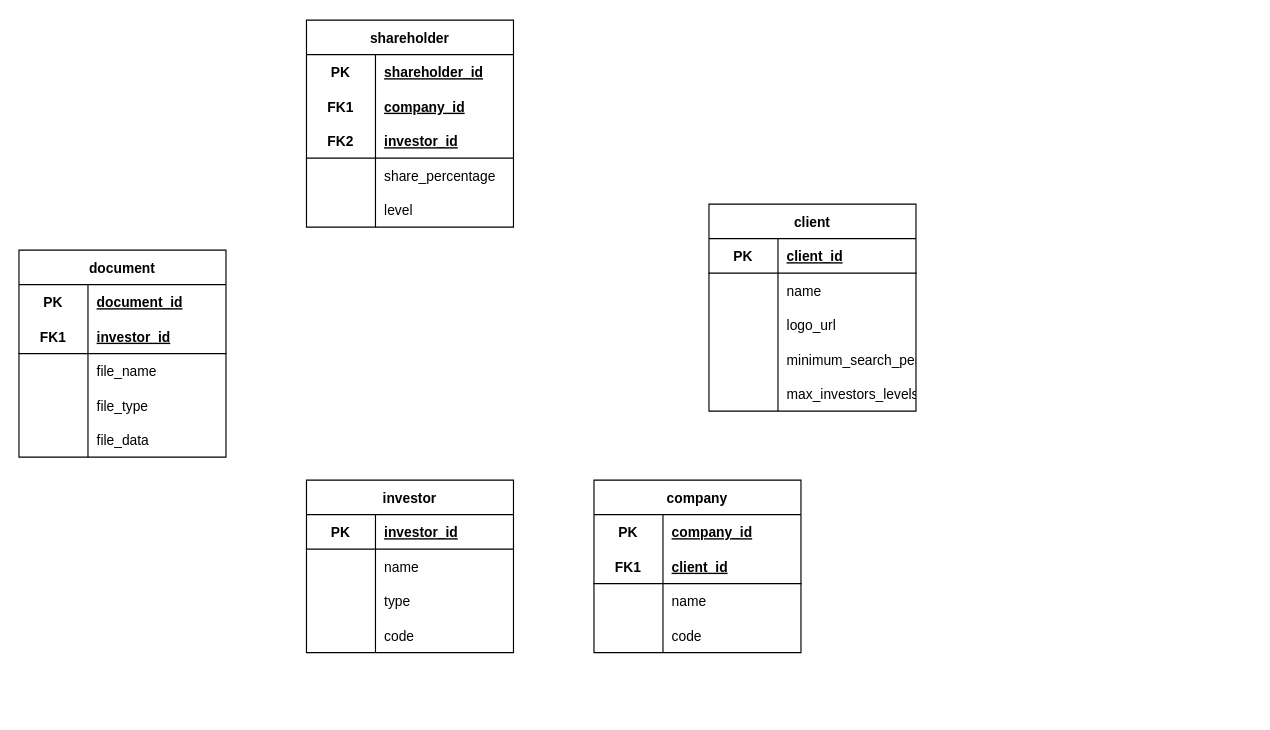
The draw.io diagram page "ERD" (1 of 2) of .documents/diagrams.drawio in Ilchampo/trebol-back, before the edit. Source tidied: cells renumbered, new cells numbered last; positions are measured from the earlier drawing's top-left corner, leaving out a move shared by most shapes. Both pictures are drawn from the tidied source at 115%, with x=0, y=0 at pixel (18, 20).
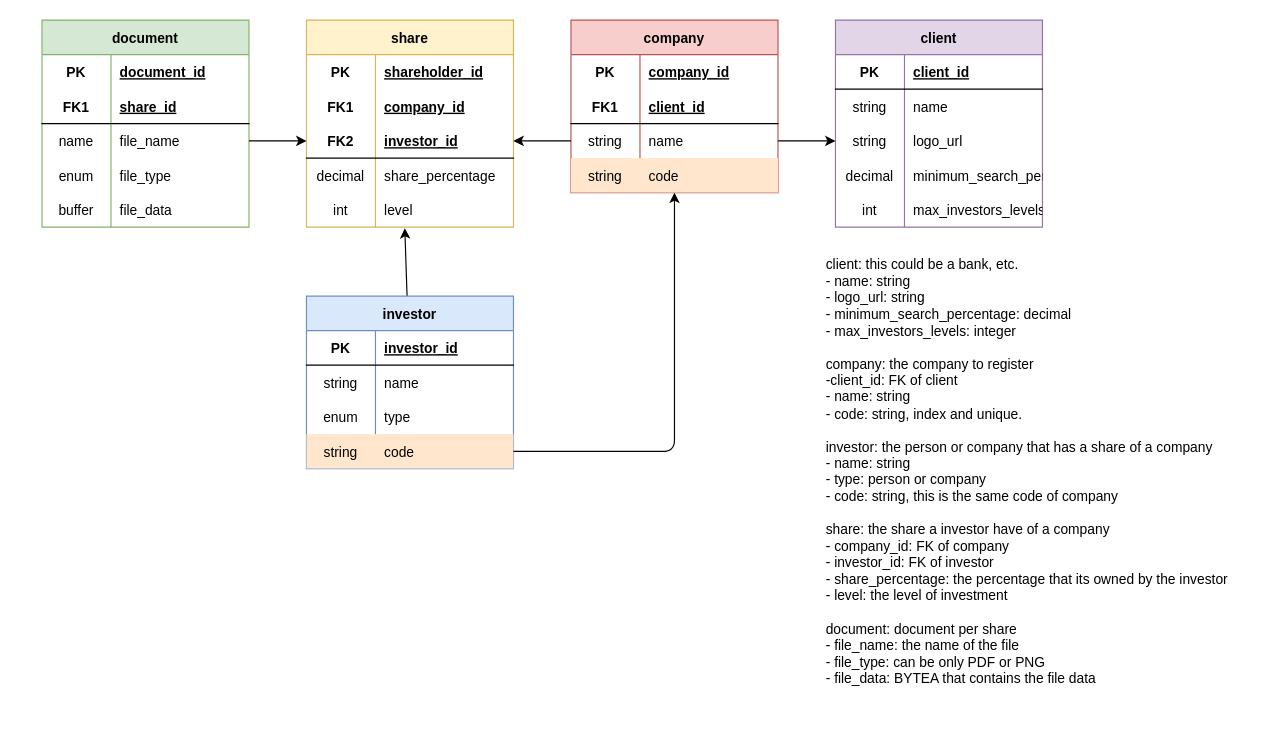
Above is the later version.

Unchanged cells that the change refers to:
```xml
<mxCell id="9" style="shape=tableRow;horizontal=0;startSize=0;swimlaneHead=0;swimlaneBody=0;fillColor=none;points=[[0,0.5],[1,0.5]];portConstraint=eastwest;top=0;left=0;right=0;bottom=1;" parent="2" vertex="1">
  <mxGeometry y="90" width="180" height="30" as="geometry" />
</mxCell>
<mxCell id="12" style="shape=tableRow;horizontal=0;startSize=0;swimlaneHead=0;swimlaneBody=0;fillColor=none;top=0;left=0;right=0;bottom=0;" parent="2" vertex="1">
  <mxGeometry y="120" width="180" height="30" as="geometry" />
</mxCell>
<mxCell id="15" style="shape=tableRow;horizontal=0;startSize=0;swimlaneHead=0;swimlaneBody=0;fillColor=none;points=[[0,0.5],[1,0.5]];portConstraint=eastwest;top=0;left=0;right=0;bottom=0;" parent="2" vertex="1">
  <mxGeometry y="150" width="180" height="30" as="geometry" />
</mxCell>
<mxCell id="25" style="shape=tableRow;horizontal=0;startSize=0;swimlaneHead=0;swimlaneBody=0;fillColor=none;points=[[0,0.5],[1,0.5]];portConstraint=eastwest;top=0;left=0;right=0;bottom=0;" parent="18" vertex="1">
  <mxGeometry y="90" width="180" height="30" as="geometry" />
</mxCell>
<mxCell id="35" style="shape=tableRow;horizontal=0;startSize=0;swimlaneHead=0;swimlaneBody=0;fillColor=none;top=0;left=0;right=0;bottom=0;" parent="31" vertex="1">
  <mxGeometry y="60" width="180" height="30" as="geometry" />
</mxCell>
<mxCell id="38" style="shape=tableRow;horizontal=0;startSize=0;swimlaneHead=0;swimlaneBody=0;fillColor=none;points=[[0,0.5],[1,0.5]];portConstraint=eastwest;top=0;left=0;right=0;bottom=0;" parent="31" vertex="1">
  <mxGeometry y="90" width="180" height="30" as="geometry" />
</mxCell>
<mxCell id="41" style="shape=tableRow;horizontal=0;startSize=0;swimlaneHead=0;swimlaneBody=0;fillColor=none;top=0;left=0;right=0;bottom=0;" parent="31" vertex="1">
  <mxGeometry y="120" width="180" height="30" as="geometry" />
</mxCell>
<mxCell id="44" style="shape=tableRow;horizontal=0;startSize=0;swimlaneHead=0;swimlaneBody=0;fillColor=none;top=0;left=0;right=0;bottom=0;" parent="31" vertex="1">
  <mxGeometry y="150" width="180" height="30" as="geometry" />
</mxCell>
<mxCell id="51" style="shape=tableRow;horizontal=0;startSize=0;swimlaneHead=0;swimlaneBody=0;fillColor=none;top=0;left=0;right=0;bottom=1;" parent="47" vertex="1">
  <mxGeometry y="60" width="180" height="30" as="geometry" />
</mxCell>
<mxCell id="54" style="shape=tableRow;horizontal=0;startSize=0;swimlaneHead=0;swimlaneBody=0;fillColor=none;points=[[0,0.5],[1,0.5]];portConstraint=eastwest;top=0;left=0;right=0;bottom=0;" parent="47" vertex="1">
  <mxGeometry y="90" width="180" height="30" as="geometry" />
</mxCell>
<mxCell id="57" style="shape=tableRow;horizontal=0;startSize=0;swimlaneHead=0;swimlaneBody=0;fillColor=none;top=0;left=0;right=0;bottom=0;" parent="47" vertex="1">
  <mxGeometry y="120" width="180" height="30" as="geometry" />
</mxCell>
<mxCell id="60" style="shape=tableRow;horizontal=0;startSize=0;swimlaneHead=0;swimlaneBody=0;fillColor=none;top=0;left=0;right=0;bottom=0;" parent="47" vertex="1">
  <mxGeometry y="150" width="180" height="30" as="geometry" />
</mxCell>
<mxCell id="67" style="shape=tableRow;horizontal=0;startSize=0;swimlaneHead=0;swimlaneBody=0;fillColor=none;top=0;left=0;right=0;bottom=0;" parent="63" vertex="1">
  <mxGeometry y="60" width="180" height="30" as="geometry" />
</mxCell>
<mxCell id="70" style="shape=tableRow;horizontal=0;startSize=0;swimlaneHead=0;swimlaneBody=0;fillColor=none;top=0;left=0;right=0;bottom=0;" parent="63" vertex="1">
  <mxGeometry y="90" width="180" height="30" as="geometry" />
</mxCell>
```

What changed in the source:
```diff
@@
-    <mxCell id="2" value="shareholder" style="shape=table;startSize=30;childLayout=tableLayout;rowLines=0;fontStyle=1;align=center;" parent="1" vertex="1">
+    <mxCell id="2" value="share" style="shape=table;startSize=30;childLayout=tableLayout;rowLines=0;fontStyle=1;align=center;fillColor=#fff2cc;strokeColor=#d6b656;" parent="1" vertex="1">
       <mxGeometry x="250" width="180" height="180" as="geometry" />
     </mxCell>
@@
-    <mxCell id="13" style="shape=partialRectangle;fillColor=none;top=0;left=0;bottom=0;right=0;overflow=hidden;" parent="12" vertex="1">
+    <mxCell id="13" value="decimal" style="shape=partialRectangle;fillColor=none;top=0;left=0;bottom=0;right=0;overflow=hidden;" parent="12" vertex="1">
       <mxGeometry width="60" height="30" as="geometry" />
     </mxCell>
@@
-    <mxCell id="16" style="shape=partialRectangle;fillColor=none;top=0;left=0;bottom=0;right=0;overflow=hidden;" parent="15" vertex="1">
+    <mxCell id="16" value="int" style="shape=partialRectangle;fillColor=none;top=0;left=0;bottom=0;right=0;overflow=hidden;" parent="15" vertex="1">
       <mxGeometry width="60" height="30" as="geometry" />
     </mxCell>
@@
-    <mxCell id="18" value="company" style="shape=table;startSize=30;childLayout=tableLayout;rowLines=0;fontStyle=1;align=center;" parent="1" vertex="1">
-      <mxGeometry x="500" y="400" width="180" height="150" as="geometry" />
+    <mxCell id="18" value="company" style="shape=table;startSize=30;childLayout=tableLayout;rowLines=0;fontStyle=1;align=center;fillColor=#f8cecc;strokeColor=#b85450;" parent="1" vertex="1">
+      <mxGeometry x="480" width="180" height="150" as="geometry" />
     </mxCell>
@@
-    <mxCell id="26" style="shape=partialRectangle;fillColor=none;top=0;left=0;bottom=0;right=0;overflow=hidden;" parent="25" vertex="1">
+    <mxCell id="26" value="string" style="shape=partialRectangle;fillColor=none;top=0;left=0;bottom=0;right=0;overflow=hidden;" parent="25" vertex="1">
       <mxGeometry width="60" height="30" as="geometry" />
     </mxCell>
@@
-    <mxCell id="28" style="shape=tableRow;horizontal=0;startSize=0;swimlaneHead=0;swimlaneBody=0;fillColor=none;points=[[0,0.5],[1,0.5]];portConstraint=eastwest;top=0;left=0;right=0;bottom=0;" parent="18" vertex="1">
+    <mxCell id="28" style="shape=tableRow;horizontal=0;startSize=0;swimlaneHead=0;swimlaneBody=0;fillColor=#ffe6cc;points=[[0,0.5],[1,0.5]];portConstraint=eastwest;top=0;left=0;right=0;bottom=0;strokeColor=#d79b00;" parent="18" vertex="1">
       <mxGeometry y="120" width="180" height="30" as="geometry" />
     </mxCell>
-    <mxCell id="29" style="shape=partialRectangle;fillColor=none;top=0;left=0;bottom=0;right=0;overflow=hidden;" parent="28" vertex="1">
+    <mxCell id="29" value="string" style="shape=partialRectangle;fillColor=none;top=0;left=0;bottom=0;right=0;overflow=hidden;" parent="28" vertex="1">
       <mxGeometry width="60" height="30" as="geometry" />
     </mxCell>
@@
-    <mxCell id="31" value="client" style="shape=table;startSize=30;childLayout=tableLayout;rowLines=0;fontStyle=1;align=center;" parent="1" vertex="1">
-      <mxGeometry x="600" y="160" width="180" height="180" as="geometry" />
+    <mxCell id="31" value="client" style="shape=table;startSize=30;childLayout=tableLayout;rowLines=0;fontStyle=1;align=center;fillColor=#e1d5e7;strokeColor=#9673a6;" parent="1" vertex="1">
+      <mxGeometry x="710" width="180" height="180" as="geometry" />
     </mxCell>
@@
-    <mxCell id="36" style="shape=partialRectangle;fillColor=none;top=0;left=0;bottom=0;right=0;overflow=hidden;" parent="35" vertex="1">
+    <mxCell id="36" value="string" style="shape=partialRectangle;fillColor=none;top=0;left=0;bottom=0;right=0;overflow=hidden;" parent="35" vertex="1">
       <mxGeometry width="60" height="30" as="geometry" />
     </mxCell>
@@
-    <mxCell id="39" style="shape=partialRectangle;fillColor=none;top=0;left=0;bottom=0;right=0;overflow=hidden;" parent="38" vertex="1">
+    <mxCell id="39" value="string" style="shape=partialRectangle;fillColor=none;top=0;left=0;bottom=0;right=0;overflow=hidden;" parent="38" vertex="1">
       <mxGeometry width="60" height="30" as="geometry" />
     </mxCell>
@@
-    <mxCell id="42" style="shape=partialRectangle;fillColor=none;top=0;left=0;bottom=0;right=0;overflow=hidden;" parent="41" vertex="1">
+    <mxCell id="42" value="decimal" style="shape=partialRectangle;fillColor=none;top=0;left=0;bottom=0;right=0;overflow=hidden;" parent="41" vertex="1">
       <mxGeometry width="60" height="30" as="geometry" />
     </mxCell>
@@
-    <mxCell id="45" style="shape=partialRectangle;fillColor=none;top=0;left=0;bottom=0;right=0;overflow=hidden;" parent="44" vertex="1">
+    <mxCell id="45" value="int" style="shape=partialRectangle;fillColor=none;top=0;left=0;bottom=0;right=0;overflow=hidden;" parent="44" vertex="1">
       <mxGeometry width="60" height="30" as="geometry" />
     </mxCell>
@@
-    <mxCell id="47" value="document" style="shape=table;startSize=30;childLayout=tableLayout;rowLines=0;fontStyle=1;align=center;" parent="1" vertex="1">
-      <mxGeometry y="200" width="180" height="180" as="geometry" />
+    <mxCell id="47" value="document" style="shape=table;startSize=30;childLayout=tableLayout;rowLines=0;fontStyle=1;align=center;fillColor=#d5e8d4;strokeColor=#82b366;" parent="1" vertex="1">
+      <mxGeometry x="20" width="180" height="180" as="geometry" />
     </mxCell>
@@
-    <mxCell id="53" value="investor_id" style="shape=partialRectangle;fillColor=none;top=0;left=0;bottom=0;right=0;align=left;spacingLeft=6;fontStyle=5;overflow=hidden;" parent="51" vertex="1">
+    <mxCell id="53" value="share_id" style="shape=partialRectangle;fillColor=none;top=0;left=0;bottom=0;right=0;align=left;spacingLeft=6;fontStyle=5;overflow=hidden;" parent="51" vertex="1">
       <mxGeometry x="60" width="120" height="30" as="geometry" />
     </mxCell>
@@
-    <mxCell id="55" style="shape=partialRectangle;fillColor=none;top=0;left=0;bottom=0;right=0;overflow=hidden;" parent="54" vertex="1">
+    <mxCell id="55" value="name" style="shape=partialRectangle;fillColor=none;top=0;left=0;bottom=0;right=0;overflow=hidden;" parent="54" vertex="1">
       <mxGeometry width="60" height="30" as="geometry" />
     </mxCell>
@@
-    <mxCell id="58" style="shape=partialRectangle;fillColor=none;top=0;left=0;bottom=0;right=0;overflow=hidden;" parent="57" vertex="1">
+    <mxCell id="58" value="enum" style="shape=partialRectangle;fillColor=none;top=0;left=0;bottom=0;right=0;overflow=hidden;" parent="57" vertex="1">
       <mxGeometry width="60" height="30" as="geometry" />
     </mxCell>
@@
-    <mxCell id="61" style="shape=partialRectangle;fillColor=none;top=0;left=0;bottom=0;right=0;overflow=hidden;" parent="60" vertex="1">
+    <mxCell id="61" value="buffer" style="shape=partialRectangle;fillColor=none;top=0;left=0;bottom=0;right=0;overflow=hidden;" parent="60" vertex="1">
       <mxGeometry width="60" height="30" as="geometry" />
     </mxCell>
@@
+    <mxCell id="76" style="edgeStyle=none;html=1;entryX=0.475;entryY=1.033;entryDx=0;entryDy=0;entryPerimeter=0;" parent="1" edge="1" source="63" target="15">
+      <mxGeometry relative="1" as="geometry" />
+    </mxCell>
-    <mxCell id="63" value="investor" style="shape=table;startSize=30;childLayout=tableLayout;rowLines=0;fontStyle=1;align=center;" parent="1" vertex="1">
-      <mxGeometry x="250" y="400" width="180" height="150" as="geometry" />
+    <mxCell id="63" value="investor" style="shape=table;startSize=30;childLayout=tableLayout;rowLines=0;fontStyle=1;align=center;fillColor=#dae8fc;strokeColor=#6c8ebf;" parent="1" vertex="1">
+      <mxGeometry x="250" y="240" width="180" height="150" as="geometry" />
     </mxCell>
@@
-    <mxCell id="68" style="shape=partialRectangle;fillColor=none;top=0;left=0;bottom=0;right=0;overflow=hidden;" parent="67" vertex="1">
+    <mxCell id="68" value="string" style="shape=partialRectangle;fillColor=none;top=0;left=0;bottom=0;right=0;overflow=hidden;" parent="67" vertex="1">
       <mxGeometry width="60" height="30" as="geometry" />
     </mxCell>
@@
-    <mxCell id="71" style="shape=partialRectangle;fillColor=none;top=0;left=0;bottom=0;right=0;overflow=hidden;" parent="70" vertex="1">
+    <mxCell id="71" value="enum" style="shape=partialRectangle;fillColor=none;top=0;left=0;bottom=0;right=0;overflow=hidden;" parent="70" vertex="1">
       <mxGeometry width="60" height="30" as="geometry" />
     </mxCell>
@@
-    <mxCell id="73" style="shape=tableRow;horizontal=0;startSize=0;swimlaneHead=0;swimlaneBody=0;fillColor=none;points=[[0,0.5],[1,0.5]];portConstraint=eastwest;top=0;left=0;right=0;bottom=0;" parent="63" vertex="1">
+    <mxCell id="73" style="shape=tableRow;horizontal=0;startSize=0;swimlaneHead=0;swimlaneBody=0;fillColor=#ffe6cc;points=[[0,0.5],[1,0.5]];portConstraint=eastwest;top=0;left=0;right=0;bottom=0;strokeColor=#d79b00;" parent="63" vertex="1">
       <mxGeometry y="120" width="180" height="30" as="geometry" />
     </mxCell>
-    <mxCell id="74" style="shape=partialRectangle;fillColor=none;top=0;left=0;bottom=0;right=0;overflow=hidden;" parent="73" vertex="1">
+    <mxCell id="74" value="string" style="shape=partialRectangle;fillColor=none;top=0;left=0;bottom=0;right=0;overflow=hidden;" parent="73" vertex="1">
       <mxGeometry width="60" height="30" as="geometry" />
     </mxCell>
@@
+    <mxCell id="77" style="edgeStyle=none;html=1;entryX=0;entryY=0.5;entryDx=0;entryDy=0;" parent="1" edge="1" source="54" target="9">
+      <mxGeometry relative="1" as="geometry" />
+    </mxCell>
+    <mxCell id="78" style="edgeStyle=none;html=1;exitX=1;exitY=0.5;exitDx=0;exitDy=0;" parent="1" edge="1" source="73" target="28">
+      <mxGeometry relative="1" as="geometry">
+        <Array as="points">
+          <mxPoint x="570" y="375" />
+        </Array>
+      </mxGeometry>
+    </mxCell>
+    <mxCell id="79" style="edgeStyle=none;html=1;entryX=0;entryY=0.5;entryDx=0;entryDy=0;" parent="1" edge="1" source="25" target="38">
+      <mxGeometry relative="1" as="geometry" />
+    </mxCell>
+    <mxCell id="80" value="client: this could be a bank, etc.&lt;br&gt;&lt;div style=&quot;&quot;&gt;&lt;span style=&quot;background-color: initial;&quot;&gt;- name: string&lt;/span&gt;&lt;/div&gt;&lt;div style=&quot;&quot;&gt;&lt;span style=&quot;background-color: initial;&quot;&gt;- logo_url: string&lt;/span&gt;&lt;/div&gt;&lt;div style=&quot;&quot;&gt;&lt;span style=&quot;background-color: initial;&quot;&gt;- minimum_search_percentage: decimal&lt;/span&gt;&lt;/div&gt;&lt;div style=&quot;&quot;&gt;&lt;span style=&quot;background-color: initial;&quot;&gt;- max_investors_levels: integer&lt;/span&gt;&lt;/div&gt;&lt;div style=&quot;&quot;&gt;&lt;span style=&quot;background-color: initial;&quot;&gt;&lt;br&gt;&lt;/span&gt;&lt;/div&gt;&lt;div style=&quot;&quot;&gt;&lt;span style=&quot;background-color: initial;&quot;&gt;company: the company to register&lt;/span&gt;&lt;/div&gt;&lt;div style=&quot;&quot;&gt;-client_id: FK of client&lt;/div&gt;&lt;div style=&quot;&quot;&gt;- name: string&lt;/div&gt;&lt;div style=&quot;&quot;&gt;- code: string, index and unique.&lt;/div&gt;&lt;div style=&quot;&quot;&gt;&lt;br&gt;&lt;/div&gt;&lt;div style=&quot;&quot;&gt;investor: the person or company that has a share of a company&lt;/div&gt;&lt;div style=&quot;&quot;&gt;- name: string&lt;/div&gt;&lt;div style=&quot;&quot;&gt;- type: person or company&lt;/div&gt;&lt;div style=&quot;&quot;&gt;- code: string, this is the same code of company&lt;/div&gt;&lt;div style=&quot;&quot;&gt;&lt;br&gt;&lt;/div&gt;&lt;div style=&quot;&quot;&gt;share: the share a investor have of a company&lt;/div&gt;&lt;div style=&quot;&quot;&gt;- company_id: FK of company&lt;/div&gt;&lt;div style=&quot;&quot;&gt;- investor_id: FK of investor&lt;/div&gt;&lt;div style=&quot;&quot;&gt;- share_percentage: the percentage that its owned by the investor&lt;/div&gt;&lt;div style=&quot;&quot;&gt;- level: the level of investment&lt;/div&gt;&lt;div style=&quot;&quot;&gt;&lt;br&gt;&lt;/div&gt;&lt;div style=&quot;&quot;&gt;document: document per share&lt;/div&gt;&lt;div style=&quot;&quot;&gt;- file_name: the name of the file&lt;/div&gt;&lt;div style=&quot;&quot;&gt;- file_type: can be only PDF or PNG&lt;/div&gt;&lt;div style=&quot;&quot;&gt;- file_data: BYTEA that contains the file data&lt;/div&gt;&lt;div style=&quot;&quot;&gt;&lt;br&gt;&lt;/div&gt;" style="text;html=1;align=left;verticalAlign=middle;strokeColor=none;fillColor=none;" parent="1" vertex="1">
+      <mxGeometry x="700" y="200" width="370" height="400" as="geometry" />
+    </mxCell>
+    <mxCell id="81" style="edgeStyle=none;html=1;entryX=1;entryY=0.5;entryDx=0;entryDy=0;" parent="1" edge="1" source="25" target="9">
+      <mxGeometry relative="1" as="geometry" />
+    </mxCell>
```
